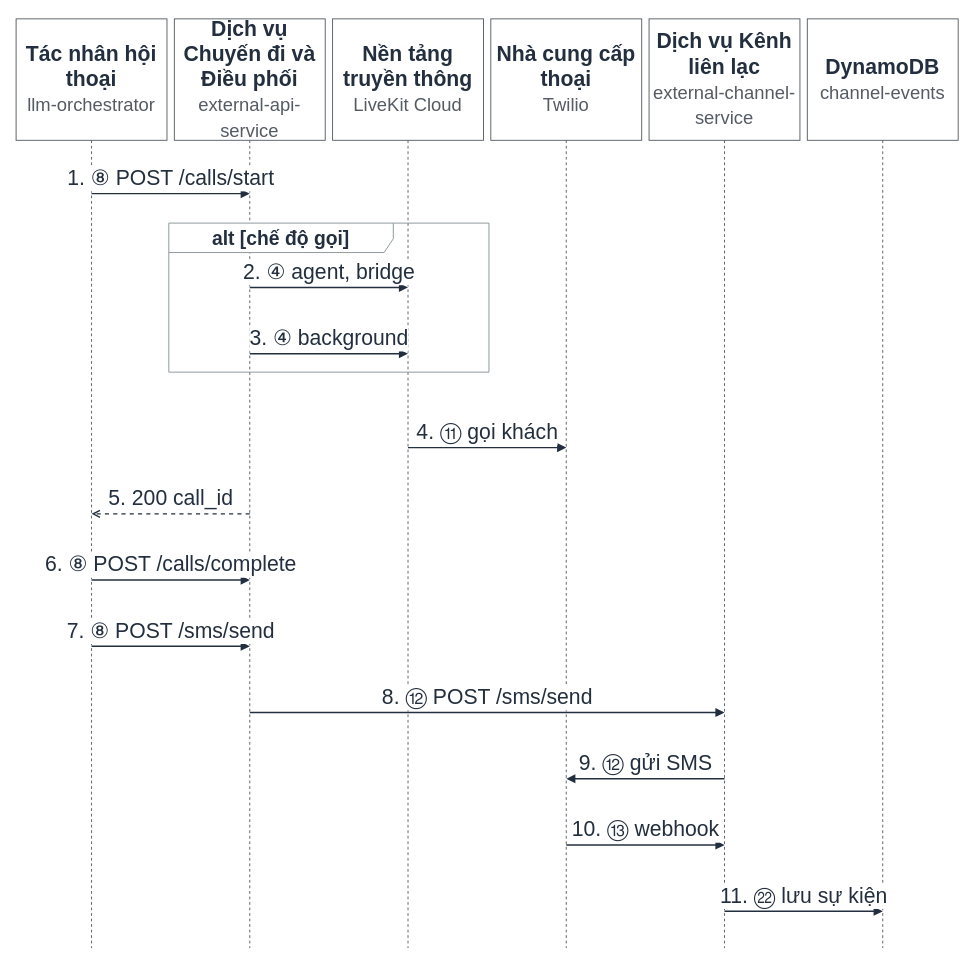
This is page "S5 Gọi khách và SMS" (5 of 7) of docs/diagrams/H4_sequences.drawio from nexgenspeak-max/AI-Powered-Driver-Assistant, a draw.io file, before an edit. Source tidied: cells renumbered, new cells numbered last; positions are measured from the earlier drawing's top-left corner, leaving out a move shared by most shapes. Both pictures are drawn from the tidied source at 92%, with x=0, y=0 at pixel (16, 18).
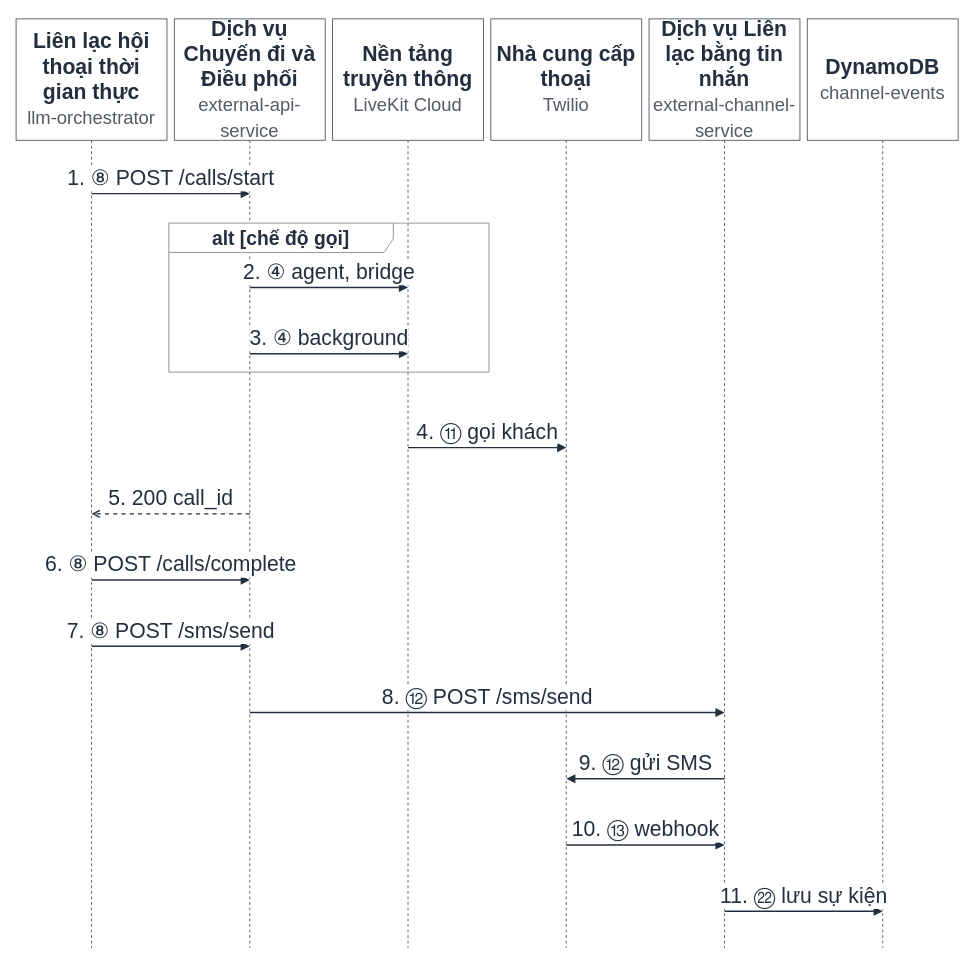
The same diagram, later.

Diff of the diagram source:
```diff
@@
-    <mxCell id="2" value="&lt;b&gt;Tác nhân hội thoại&lt;/b&gt;&lt;br&gt;&lt;font style=&quot;font-size:20px;color:#545B64&quot;&gt;llm-orchestrator&lt;/font&gt;" style="shape=umlLifeline;perimeter=lifelinePerimeter;whiteSpace=wrap;html=1;size=132;fillColor=#FFFFFF;strokeColor=#545B64;fontColor=#232F3E;fontSize=23;spacing=4;fontFamily=Helvetica;" parent="1" vertex="1">
+    <mxCell id="2" value="&lt;b&gt;Liên lạc hội thoại thời gian thực&lt;/b&gt;&lt;br&gt;&lt;font style=&quot;font-size:20px;color:#545B64&quot;&gt;llm-orchestrator&lt;/font&gt;" style="shape=umlLifeline;perimeter=lifelinePerimeter;whiteSpace=wrap;html=1;size=132;fillColor=#FFFFFF;strokeColor=#545B64;fontColor=#232F3E;fontSize=23;spacing=4;fontFamily=Helvetica;" parent="1" vertex="1">
       <mxGeometry width="164" height="1010" as="geometry" />
     </mxCell>
@@
-    <mxCell id="6" value="&lt;b&gt;Dịch vụ Kênh liên lạc&lt;/b&gt;&lt;br&gt;&lt;font style=&quot;font-size:20px;color:#545B64&quot;&gt;external-channel-service&lt;/font&gt;" style="shape=umlLifeline;perimeter=lifelinePerimeter;whiteSpace=wrap;html=1;size=132;fillColor=#FFFFFF;strokeColor=#545B64;fontColor=#232F3E;fontSize=23;spacing=4;fontFamily=Helvetica;" parent="1" vertex="1">
+    <mxCell id="6" value="&lt;b&gt;Dịch vụ Liên lạc bằng tin nhắn&lt;/b&gt;&lt;br&gt;&lt;font style=&quot;font-size:20px;color:#545B64&quot;&gt;external-channel-service&lt;/font&gt;" style="shape=umlLifeline;perimeter=lifelinePerimeter;whiteSpace=wrap;html=1;size=132;fillColor=#FFFFFF;strokeColor=#545B64;fontColor=#232F3E;fontSize=23;spacing=4;fontFamily=Helvetica;" parent="1" vertex="1">
       <mxGeometry x="688" width="164" height="1010" as="geometry" />
     </mxCell>
```
